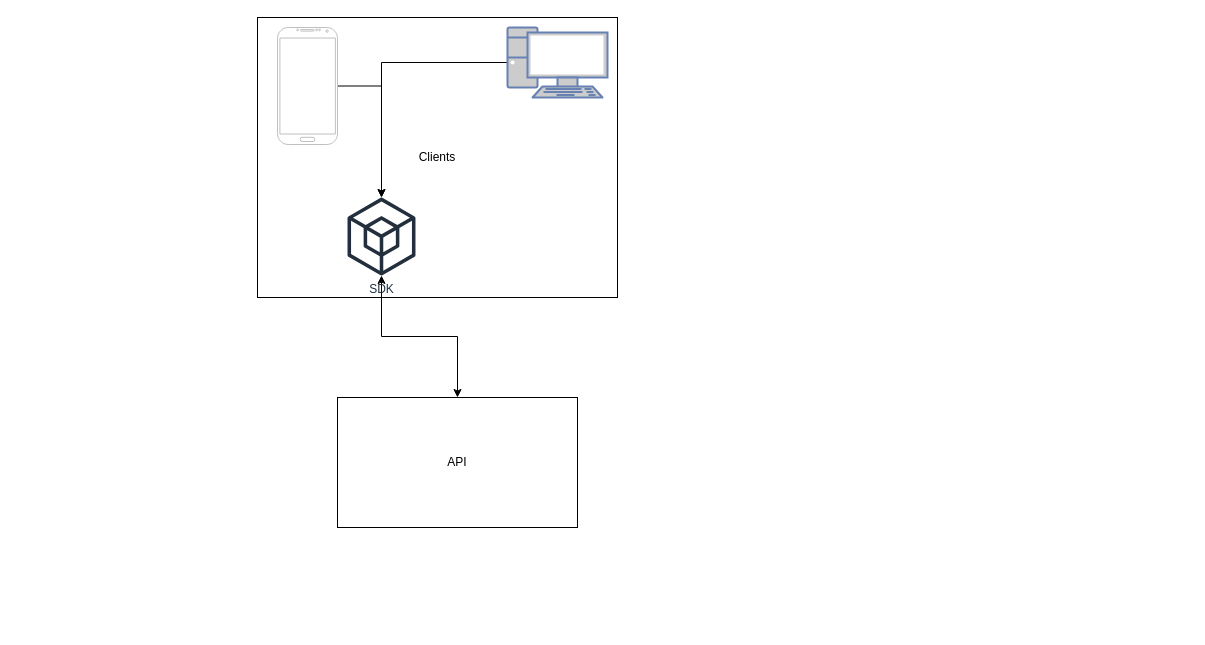
Earlier version of the draw.io diagram diagram/Untitled Diagram.drawio (dreallday/diagrams). Source tidied: cells renumbered, new cells numbered last; positions are measured from the earlier drawing's top-left corner, leaving out a move shared by most shapes. Both pictures are drawn from the tidied source at 100%, with x=0, y=0 at pixel (257, 17).
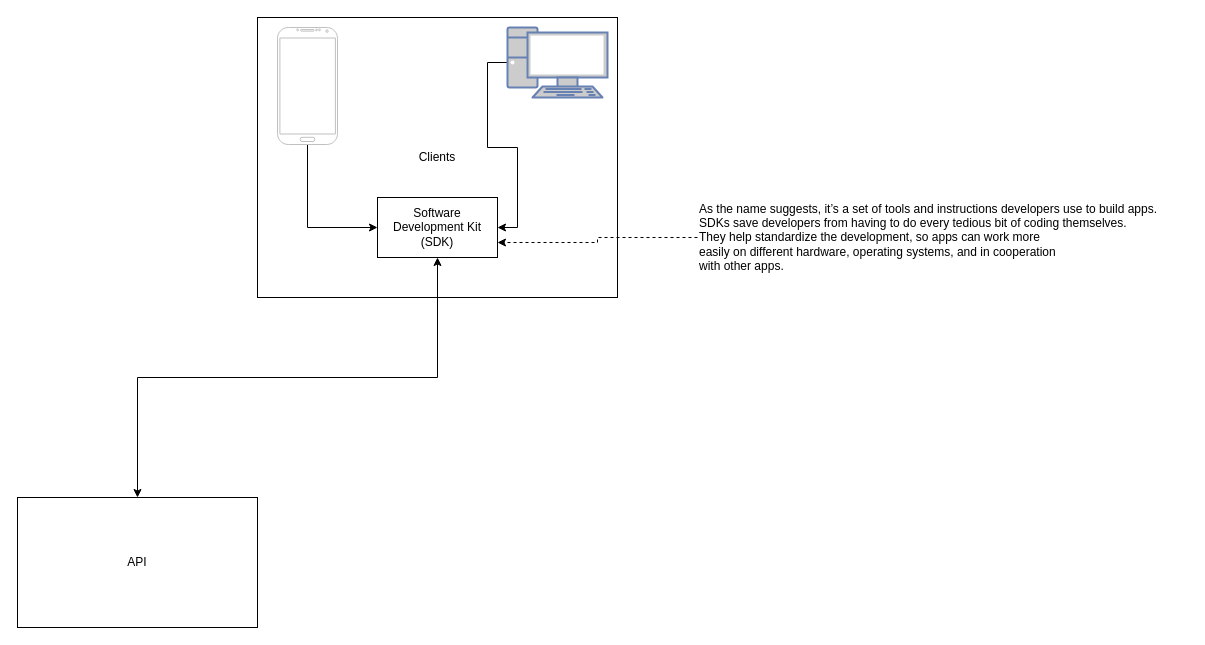
The same page after the edit.

The edit, as a diff of the source:
```diff
@@
 <mxGraphModel>
   <root>
     <mxCell id="0" />
     <mxCell id="1" parent="0" />
     <mxCell id="2" value="&lt;div&gt;Clients&lt;/div&gt;" style="rounded=0;whiteSpace=wrap;html=1;" parent="1" vertex="1">
       <mxGeometry width="360" height="280" as="geometry" />
     </mxCell>
-    <mxCell id="3" style="edgeStyle=orthogonalEdgeStyle;rounded=0;jettySize=auto;html=1;" parent="1" edge="1" source="4" target="8">
-      <mxGeometry relative="1" as="geometry" />
+    <mxCell id="3" style="edgeStyle=orthogonalEdgeStyle;rounded=0;jettySize=auto;html=1;entryX=0;entryY=0.5;entryDx=0;entryDy=0;" parent="1" edge="1" source="4" target="10">
+      <mxGeometry relative="1" as="geometry">
+        <Array as="points">
+          <mxPoint x="50" y="210" />
+          <mxPoint x="120" y="210" />
+        </Array>
+      </mxGeometry>
     </mxCell>
     <mxCell id="4" style="verticalLabelPosition=bottom;verticalAlign=top;html=1;shadow=0;dashed=0;strokeWidth=1;shape=mxgraph.android.phone2;strokeColor=#c0c0c0;" parent="1" vertex="1">
       <mxGeometry x="20" y="10" width="60" height="117" as="geometry" />
     </mxCell>
-    <mxCell id="5" style="edgeStyle=orthogonalEdgeStyle;rounded=0;jettySize=auto;html=1;" parent="1" edge="1" source="6" target="8">
+    <mxCell id="5" style="edgeStyle=orthogonalEdgeStyle;rounded=0;jettySize=auto;html=1;entryX=1;entryY=0.5;entryDx=0;entryDy=0;" parent="1" edge="1" source="6" target="10">
       <mxGeometry relative="1" as="geometry" />
     </mxCell>
     <mxCell id="6" style="fontColor=#0066CC;verticalAlign=top;verticalLabelPosition=bottom;labelPosition=center;align=center;html=1;outlineConnect=0;fillColor=#CCCCCC;strokeColor=#6881B3;gradientColor=none;gradientDirection=north;strokeWidth=2;shape=mxgraph.networks.pc;" parent="1" vertex="1">
       <mxGeometry x="250" y="10" width="100" height="70" as="geometry" />
     </mxCell>
-    <mxCell id="7" style="edgeStyle=orthogonalEdgeStyle;rounded=0;jettySize=auto;html=1;entryX=0.5;entryY=0;entryDx=0;entryDy=0;startArrow=classic;startFill=1;" parent="1" edge="1" source="8" target="9">
+    <mxCell id="7" style="edgeStyle=orthogonalEdgeStyle;rounded=0;jettySize=auto;html=1;entryX=0.5;entryY=0;entryDx=0;entryDy=0;startArrow=classic;startFill=1;exitX=0.5;exitY=1;exitDx=0;exitDy=0;" parent="1" edge="1" source="10" target="9">
       <mxGeometry relative="1" as="geometry" />
     </mxCell>
-    <mxCell id="8" value="&lt;div&gt;SDK&lt;/div&gt;" style="sketch=0;outlineConnect=0;fontColor=#232F3E;gradientColor=none;fillColor=#232F3D;strokeColor=none;dashed=0;verticalLabelPosition=bottom;verticalAlign=top;align=center;html=1;fontSize=12;fontStyle=0;shape=mxgraph.aws4.external_sdk;" parent="1" vertex="1">
-      <mxGeometry x="90" y="180" width="68" height="78" as="geometry" />
-    </mxCell>
     <mxCell id="9" value="&lt;div&gt;API&lt;/div&gt;" style="rounded=0;whiteSpace=wrap;html=1;" parent="1" vertex="1">
-      <mxGeometry x="80" y="380" width="240" height="130" as="geometry" />
+      <mxGeometry x="-240" y="480" width="240" height="130" as="geometry" />
     </mxCell>
+    <mxCell id="10" value="&lt;div&gt;Software Development Kit (SDK)&lt;br&gt;&lt;/div&gt;" style="rounded=0;whiteSpace=wrap;html=1;" parent="1" vertex="1">
+      <mxGeometry x="120" y="180" width="120" height="60" as="geometry" />
+    </mxCell>
+    <mxCell id="11" style="edgeStyle=orthogonalEdgeStyle;rounded=0;jettySize=auto;html=1;entryX=1;entryY=0.75;entryDx=0;entryDy=0;startArrow=none;startFill=0;dashed=1;" parent="1" edge="1" source="12" target="10">
+      <mxGeometry relative="1" as="geometry" />
+    </mxCell>
+    <mxCell id="12" value="&lt;div&gt;As the name suggests, it’s a set of tools and instructions developers use to build apps.&lt;/div&gt;&lt;div&gt;SDKs save developers from having to do every tedious bit of coding themselves.&lt;/div&gt;&lt;div&gt;They help standardize the development, so apps can work more&lt;br&gt; easily on different hardware, operating systems, and in cooperation &lt;br&gt;with other apps.&lt;/div&gt;" style="text;html=1;align=left;verticalAlign=middle;points=[];strokeColor=none;fillColor=none;" parent="1" vertex="1">
+      <mxGeometry x="440" y="180" width="490" height="80" as="geometry" />
+    </mxCell>
   </root>
 </mxGraphModel>
```
